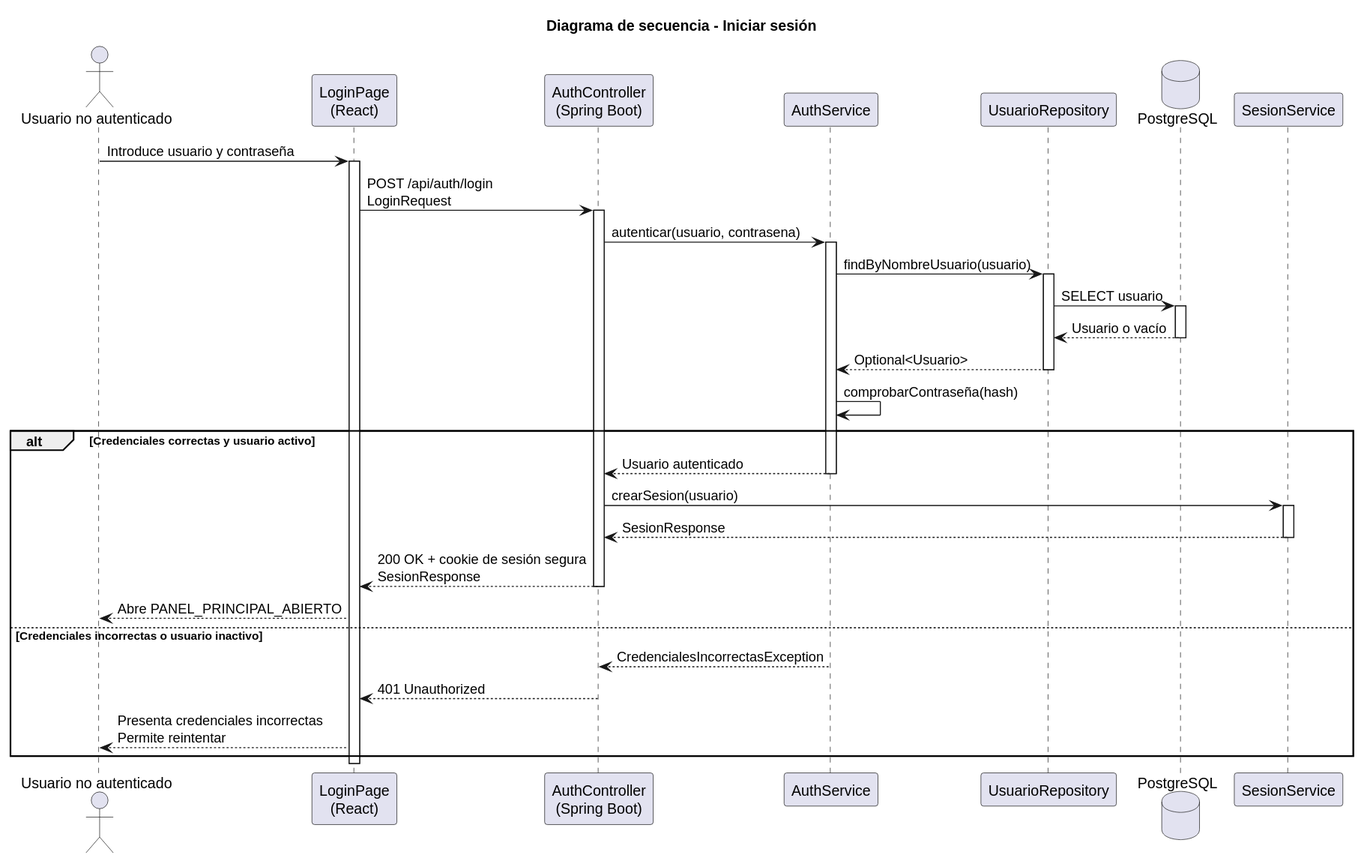
Earlier version of the PlantUML export images/RUP/02-diseño/casos-uso/coordinador/iniciarSesion/secuencia.svg (beatriizorozco/25-26-idsw2-sdVC). The source it was exported from:
```plantuml
@startuml
title Diagrama de secuencia - Iniciar sesión

actor "Usuario no autenticado" as Usuario
participant "LoginPage\n(React)" as Frontend
participant "AuthController\n(Spring Boot)" as Api
participant "AuthService" as Auth
participant "UsuarioRepository" as Repo
database "PostgreSQL" as Database
participant "SesionService" as Sesion

Usuario -> Frontend: Introduce usuario y contraseña
activate Frontend
Frontend -> Api: POST /api/auth/login\nLoginRequest
activate Api
Api -> Auth: autenticar(usuario, contrasena)
activate Auth
Auth -> Repo: findByNombreUsuario(usuario)
activate Repo
Repo -> Database: SELECT usuario
activate Database
Database --> Repo: Usuario o vacío
deactivate Database
Repo --> Auth: Optional<Usuario>
deactivate Repo
Auth -> Auth: comprobarContraseña(hash)

alt Credenciales correctas y usuario activo
    Auth --> Api: Usuario autenticado
    deactivate Auth
    Api -> Sesion: crearSesion(usuario)
    activate Sesion
    Sesion --> Api: SesionResponse
    deactivate Sesion
    Api --> Frontend: 200 OK + cookie de sesión segura\nSesionResponse
    deactivate Api
    Frontend --> Usuario: Abre PANEL_PRINCIPAL_ABIERTO
else Credenciales incorrectas o usuario inactivo
    Auth --> Api: CredencialesIncorrectasException
    deactivate Auth
    Api --> Frontend: 401 Unauthorized
    deactivate Api
    Frontend --> Usuario: Presenta credenciales incorrectas\nPermite reintentar
end
deactivate Frontend
@enduml
```
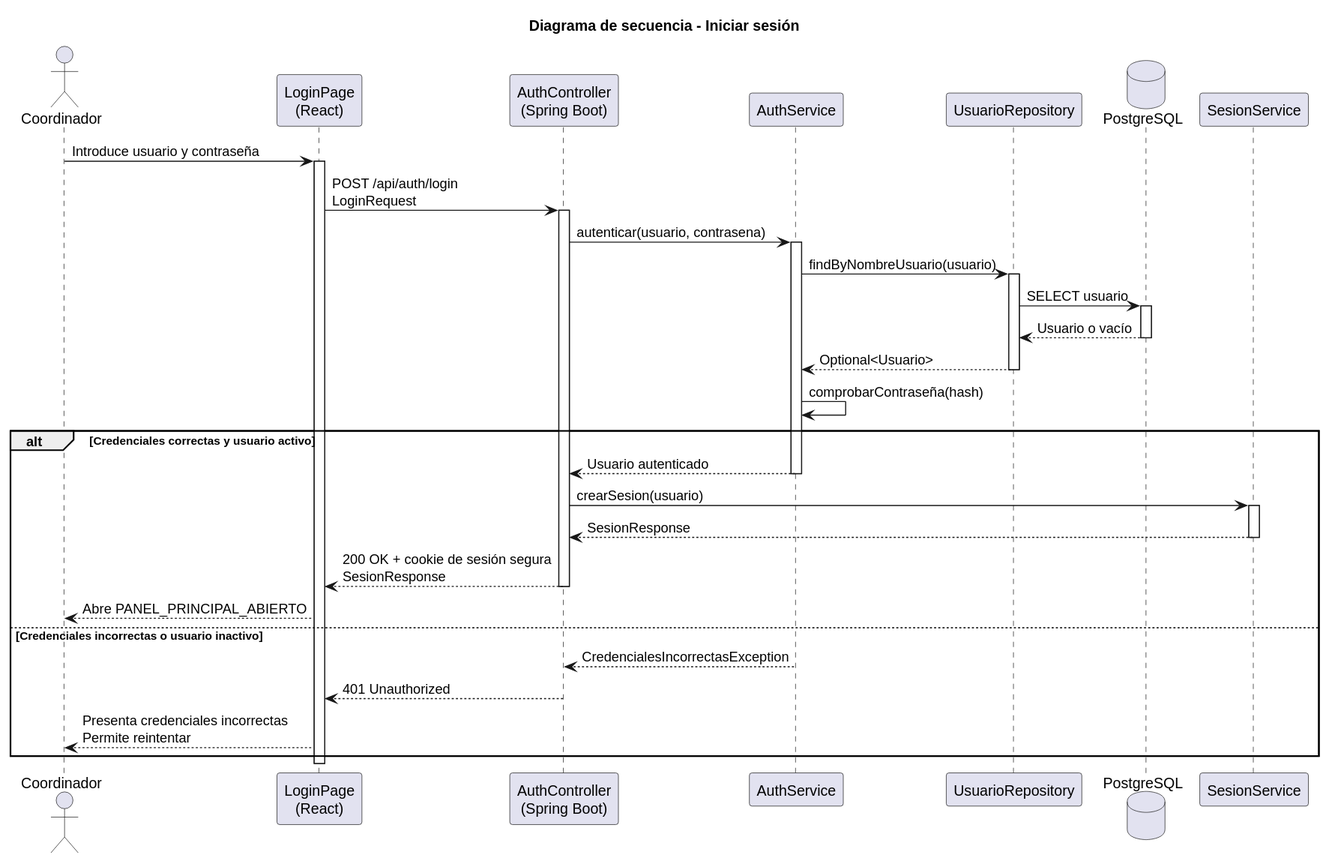
After the commit.

What changed in the source:
```diff
@@ -1,7 +1,7 @@
 @startuml
 title Diagrama de secuencia - Iniciar sesión
 
-actor "Usuario no autenticado" as Usuario
+actor Coordinador
 participant "LoginPage\n(React)" as Frontend
 participant "AuthController\n(Spring Boot)" as Api
 participant "AuthService" as Auth
@@ -9,7 +9,7 @@
 database "PostgreSQL" as Database
 participant "SesionService" as Sesion
 
-Usuario -> Frontend: Introduce usuario y contraseña
+Coordinador -> Frontend: Introduce usuario y contraseña
 activate Frontend
 Frontend -> Api: POST /api/auth/login\nLoginRequest
 activate Api
@@ -34,13 +34,13 @@
     deactivate Sesion
     Api --> Frontend: 200 OK + cookie de sesión segura\nSesionResponse
     deactivate Api
-    Frontend --> Usuario: Abre PANEL_PRINCIPAL_ABIERTO
+    Frontend --> Coordinador: Abre PANEL_PRINCIPAL_ABIERTO
 else Credenciales incorrectas o usuario inactivo
     Auth --> Api: CredencialesIncorrectasException
     deactivate Auth
     Api --> Frontend: 401 Unauthorized
     deactivate Api
-    Frontend --> Usuario: Presenta credenciales incorrectas\nPermite reintentar
+    Frontend --> Coordinador: Presenta credenciales incorrectas\nPermite reintentar
 end
 deactivate Frontend
 @enduml
```
